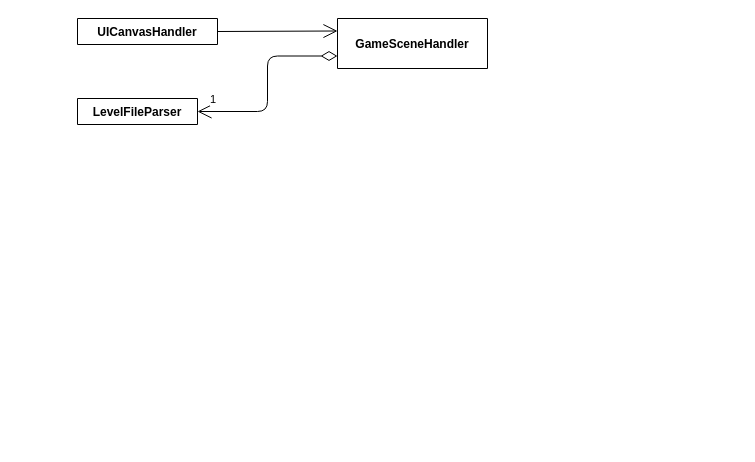
Earlier version of the draw.io diagram doc/class_diagram/class_diagram.drawio (itfray/GameGrinch2D). Source tidied: cells renumbered, new cells numbered last; positions are measured from the earlier drawing's top-left corner, leaving out a move shared by most shapes. Both pictures are drawn from the tidied source at 100%, with x=0, y=0 at pixel (77, 18).
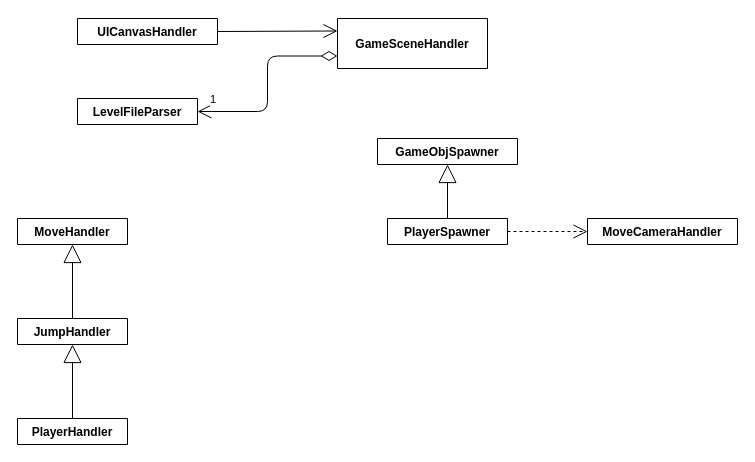
Above is the later version.

Commit message:
fix doc cls diagram

What changed in the source:
```diff
@@
 <mxGraphModel>
   <root>
     <mxCell id="0" />
     <mxCell id="1" parent="0" />
     <mxCell id="2" value="UICanvasHandler" style="swimlane;fontStyle=1;align=center;verticalAlign=top;horizontal=1;startSize=26;" parent="1" vertex="1" collapsed="1">
       <mxGeometry width="140" height="26" as="geometry" />
     </mxCell>
     <mxCell id="3" value="GameSceneHandler" style="swimlane;fontStyle=1;align=center;verticalAlign=middle;horizontal=1;startSize=50;" parent="1" vertex="1" collapsed="1">
       <mxGeometry x="260" width="150" height="50" as="geometry" />
     </mxCell>
     <mxCell id="4" value="LevelFileParser" style="swimlane;fontStyle=1;align=center;verticalAlign=top;horizontal=1;startSize=26;" parent="1" vertex="1" collapsed="1">
       <mxGeometry y="80" width="120" height="26" as="geometry" />
     </mxCell>
     <mxCell id="5" style="endArrow=open;endFill=1;endSize=12;html=1;entryX=0;entryY=0.25;entryDx=0;entryDy=0;exitX=1;exitY=0.5;exitDx=0;exitDy=0;" parent="1" edge="1" source="2" target="3">
       <mxGeometry relative="1" as="geometry" />
     </mxCell>
     <mxCell id="6" value="1" style="endArrow=open;html=1;endSize=12;startArrow=diamondThin;startSize=14;startFill=0;edgeStyle=orthogonalEdgeStyle;align=left;verticalAlign=bottom;exitX=0;exitY=0.75;exitDx=0;exitDy=0;entryX=1;entryY=0.5;entryDx=0;entryDy=0;" parent="1" edge="1" source="3" target="4">
       <mxGeometry x="0.9" y="-3" relative="1" as="geometry">
         <mxPoint x="1" as="offset" />
       </mxGeometry>
     </mxCell>
+    <mxCell id="7" value="MoveCameraHandler" style="swimlane;fontStyle=1;align=center;verticalAlign=top;horizontal=1;startSize=26;" parent="1" vertex="1" collapsed="1">
+      <mxGeometry x="510" y="200" width="150" height="26" as="geometry" />
+    </mxCell>
+    <mxCell id="8" value="MoveHandler" style="swimlane;fontStyle=1;align=center;verticalAlign=top;horizontal=1;startSize=26;" parent="1" vertex="1" collapsed="1">
+      <mxGeometry x="-60" y="200" width="110" height="26" as="geometry" />
+    </mxCell>
+    <mxCell id="9" value="JumpHandler" style="swimlane;fontStyle=1;align=center;verticalAlign=top;horizontal=1;startSize=26;" parent="1" vertex="1" collapsed="1">
+      <mxGeometry x="-60" y="300" width="110" height="26" as="geometry" />
+    </mxCell>
+    <mxCell id="10" style="endArrow=block;endSize=16;endFill=0;html=1;entryX=0.5;entryY=1;entryDx=0;entryDy=0;exitX=0.5;exitY=0;exitDx=0;exitDy=0;" parent="1" edge="1" source="9" target="8">
+      <mxGeometry relative="1" as="geometry" />
+    </mxCell>
+    <mxCell id="11" value="PlayerHandler" style="swimlane;fontStyle=1;align=center;verticalAlign=top;horizontal=1;startSize=26;" parent="1" vertex="1" collapsed="1">
+      <mxGeometry x="-60" y="400" width="110" height="26" as="geometry" />
+    </mxCell>
+    <mxCell id="12" style="endArrow=block;endSize=16;endFill=0;html=1;entryX=0.5;entryY=1;entryDx=0;entryDy=0;exitX=0.5;exitY=0;exitDx=0;exitDy=0;" parent="1" edge="1" source="11" target="9">
+      <mxGeometry relative="1" as="geometry" />
+    </mxCell>
+    <mxCell id="13" value="GameObjSpawner" style="swimlane;fontStyle=1;align=center;verticalAlign=top;horizontal=1;startSize=26;" parent="1" vertex="1" collapsed="1">
+      <mxGeometry x="300" y="120" width="140" height="26" as="geometry" />
+    </mxCell>
+    <mxCell id="14" value="PlayerSpawner" style="swimlane;fontStyle=1;align=center;verticalAlign=top;horizontal=1;startSize=26;" parent="1" vertex="1" collapsed="1">
+      <mxGeometry x="310" y="200" width="120" height="26" as="geometry" />
+    </mxCell>
+    <mxCell id="15" style="endArrow=block;endSize=16;endFill=0;html=1;entryX=0.5;entryY=1;entryDx=0;entryDy=0;exitX=0.5;exitY=0;exitDx=0;exitDy=0;" parent="1" edge="1" source="14" target="13">
+      <mxGeometry relative="1" as="geometry" />
+    </mxCell>
+    <mxCell id="16" style="endArrow=open;endSize=12;dashed=1;html=1;exitX=1;exitY=0.5;exitDx=0;exitDy=0;entryX=0;entryY=0.5;entryDx=0;entryDy=0;" parent="1" edge="1" source="14" target="7">
+      <mxGeometry relative="1" as="geometry" />
+    </mxCell>
   </root>
 </mxGraphModel>
```
